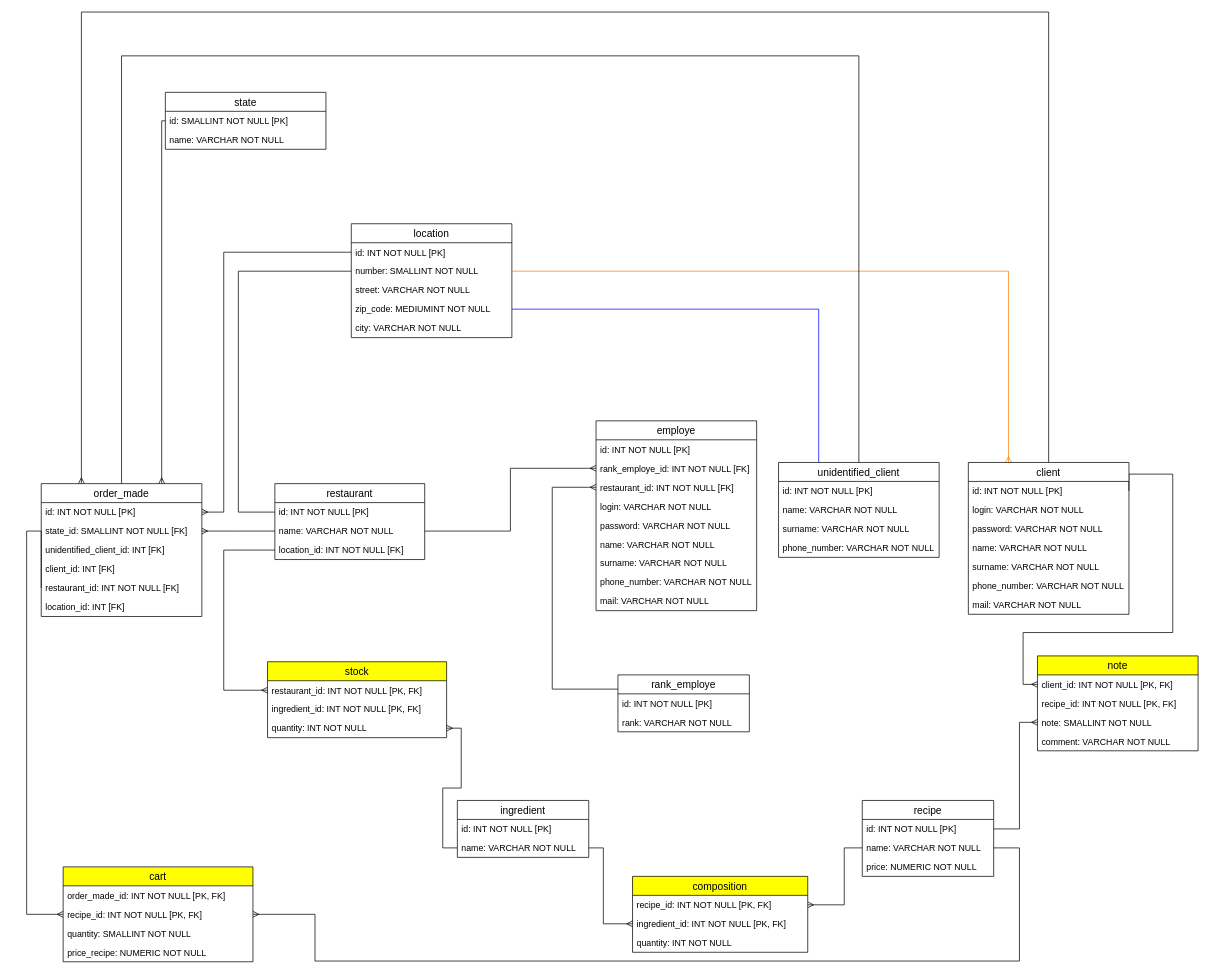
This is ER diagram.drawio from damien-devpy/OC-P6, a draw.io file, before an edit. Source tidied: cells renumbered, new cells numbered last; positions are measured from the earlier drawing's top-left corner, leaving out a move shared by most shapes. Both pictures are drawn from the tidied source at 73%, with x=0, y=0 at pixel (26, 12).
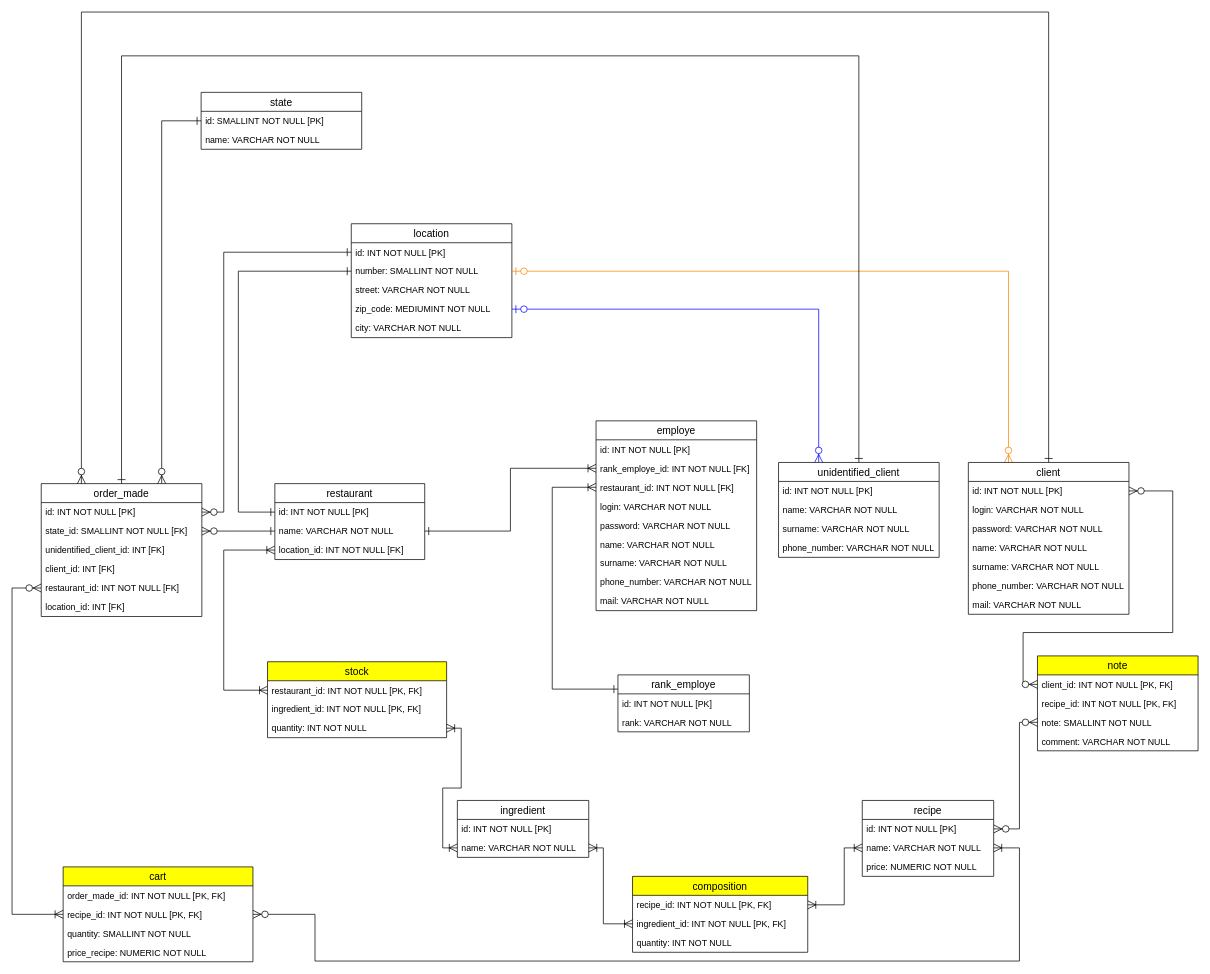
The same diagram, later.

Commit message (it also covers changes not shown here):
Deployement diagram. Multiplicity

Unchanged cells that the change refers to:
```xml
<mxCell id="14" value="client_id: INT NOT NULL [PK, FK]" style="text;strokeColor=none;fillColor=none;spacingLeft=4;spacingRight=4;overflow=hidden;points=[[0,0.5],[1,0.5]];portConstraint=eastwest;fontSize=12;" parent="13" vertex="1">
  <mxGeometry y="26" width="220" height="26" as="geometry" />
</mxCell>
<mxCell id="16" value="note: SMALLINT NOT NULL" style="text;strokeColor=none;fillColor=none;spacingLeft=4;spacingRight=4;overflow=hidden;points=[[0,0.5],[1,0.5]];portConstraint=eastwest;fontSize=12;" parent="13" vertex="1">
  <mxGeometry y="78" width="220" height="26" as="geometry" />
</mxCell>
<mxCell id="19" value="id: INT NOT NULL [PK]" style="text;strokeColor=none;fillColor=none;spacingLeft=4;spacingRight=4;overflow=hidden;points=[[0,0.5],[1,0.5]];portConstraint=eastwest;fontSize=12;" parent="18" vertex="1">
  <mxGeometry y="26" width="220" height="26" as="geometry" />
</mxCell>
<mxCell id="20" value="number: SMALLINT NOT NULL" style="text;strokeColor=none;fillColor=none;spacingLeft=4;spacingRight=4;overflow=hidden;points=[[0,0.5],[1,0.5]];portConstraint=eastwest;fontSize=12;" parent="18" vertex="1">
  <mxGeometry y="52" width="220" height="26" as="geometry" />
</mxCell>
<mxCell id="22" value="zip_code: MEDIUMINT NOT NULL" style="text;strokeColor=none;fillColor=none;spacingLeft=4;spacingRight=4;overflow=hidden;points=[[0,0.5],[1,0.5]];portConstraint=eastwest;fontSize=12;" parent="18" vertex="1">
  <mxGeometry y="104" width="220" height="26" as="geometry" />
</mxCell>
<mxCell id="25" value="order_made" style="swimlane;fontStyle=0;horizontal=1;startSize=26;align=center;fontSize=14;labelBackgroundColor=#ffffff;strokeColor=#000000;" parent="1" vertex="1">
  <mxGeometry x="20" y="646" width="220" height="182" as="geometry" />
</mxCell>
<mxCell id="26" value="id: INT NOT NULL [PK]" style="text;strokeColor=none;fillColor=none;spacingLeft=4;spacingRight=4;overflow=hidden;points=[[0,0.5],[1,0.5]];portConstraint=eastwest;fontSize=12;" parent="25" vertex="1">
  <mxGeometry y="26" width="220" height="26" as="geometry" />
</mxCell>
<mxCell id="30" value="restaurant_id: INT NOT NULL [FK]" style="text;strokeColor=none;fillColor=none;spacingLeft=4;spacingRight=4;overflow=hidden;points=[[0,0.5],[1,0.5]];portConstraint=eastwest;fontSize=12;" parent="25" vertex="1">
  <mxGeometry y="130" width="220" height="26" as="geometry" />
</mxCell>
<mxCell id="33" value="id: INT NOT NULL [PK]" style="text;strokeColor=none;fillColor=none;spacingLeft=4;spacingRight=4;overflow=hidden;points=[[0,0.5],[1,0.5]];portConstraint=eastwest;fontSize=12;" parent="32" vertex="1">
  <mxGeometry y="26" width="205.3" height="26" as="geometry" />
</mxCell>
<mxCell id="34" value="name: VARCHAR NOT NULL" style="text;strokeColor=none;fillColor=none;spacingLeft=4;spacingRight=4;overflow=hidden;points=[[0,0.5],[1,0.5]];portConstraint=eastwest;fontSize=12;" parent="32" vertex="1">
  <mxGeometry y="52" width="205.3" height="26" as="geometry" />
</mxCell>
<mxCell id="35" value="location_id: INT NOT NULL [FK]" style="text;strokeColor=none;fillColor=none;spacingLeft=4;spacingRight=4;overflow=hidden;points=[[0,0.5],[1,0.5]];portConstraint=eastwest;fontSize=12;" parent="32" vertex="1">
  <mxGeometry y="78" width="205.3" height="26" as="geometry" />
</mxCell>
<mxCell id="37" value="restaurant_id: INT NOT NULL [PK, FK]" style="text;strokeColor=none;fillColor=none;spacingLeft=4;spacingRight=4;overflow=hidden;points=[[0,0.5],[1,0.5]];portConstraint=eastwest;fontSize=12;" parent="36" vertex="1">
  <mxGeometry y="26" width="245.3" height="26" as="geometry" />
</mxCell>
<mxCell id="39" value="quantity: INT NOT NULL" style="text;strokeColor=none;fillColor=none;spacingLeft=4;spacingRight=4;overflow=hidden;points=[[0,0.5],[1,0.5]];portConstraint=eastwest;fontSize=12;" parent="36" vertex="1">
  <mxGeometry y="78" width="245.3" height="26" as="geometry" />
</mxCell>
<mxCell id="42" value="recipe_id: INT NOT NULL [PK, FK]" style="text;strokeColor=none;fillColor=none;spacingLeft=4;spacingRight=4;overflow=hidden;points=[[0,0.5],[1,0.5]];portConstraint=eastwest;fontSize=12;" parent="40" vertex="1">
  <mxGeometry y="52" width="260" height="26" as="geometry" />
</mxCell>
<mxCell id="46" value="id: INT NOT NULL [PK]" style="text;strokeColor=none;fillColor=none;spacingLeft=4;spacingRight=4;overflow=hidden;points=[[0,0.5],[1,0.5]];portConstraint=eastwest;fontSize=12;labelBackgroundColor=#ffffff;" parent="45" vertex="1">
  <mxGeometry y="26" width="180" height="26" as="geometry" />
</mxCell>
<mxCell id="47" value="name: VARCHAR NOT NULL" style="text;strokeColor=none;fillColor=none;spacingLeft=4;spacingRight=4;overflow=hidden;points=[[0,0.5],[1,0.5]];portConstraint=eastwest;fontSize=12;labelBackgroundColor=#ffffff;" parent="45" vertex="1">
  <mxGeometry y="52" width="180" height="26" as="geometry" />
</mxCell>
<mxCell id="51" value="name: VARCHAR NOT NULL" style="text;strokeColor=none;fillColor=none;spacingLeft=4;spacingRight=4;overflow=hidden;points=[[0,0.5],[1,0.5]];portConstraint=eastwest;fontSize=12;labelBackgroundColor=#ffffff;" parent="49" vertex="1">
  <mxGeometry y="52" width="180" height="26" as="geometry" />
</mxCell>
<mxCell id="53" value="recipe_id: INT NOT NULL [PK, FK]" style="text;strokeColor=none;fillColor=none;spacingLeft=4;spacingRight=4;overflow=hidden;points=[[0,0.5],[1,0.5]];portConstraint=eastwest;fontSize=12;" parent="52" vertex="1">
  <mxGeometry y="26" width="240" height="26" as="geometry" />
</mxCell>
<mxCell id="54" value="ingredient_id: INT NOT NULL [PK, FK]" style="text;strokeColor=none;fillColor=none;spacingLeft=4;spacingRight=4;overflow=hidden;points=[[0,0.5],[1,0.5]];portConstraint=eastwest;fontSize=12;" parent="52" vertex="1">
  <mxGeometry y="52" width="240" height="26" as="geometry" />
</mxCell>
<mxCell id="61" value="unidentified_client" style="swimlane;fontStyle=0;horizontal=1;startSize=26;align=center;fontSize=14;labelBackgroundColor=#ffffff;strokeColor=#000000;" parent="1" vertex="1">
  <mxGeometry x="1030" y="617" width="220" height="130" as="geometry" />
</mxCell>
<mxCell id="68" value="rank_employe_id: INT NOT NULL [FK]" style="text;strokeColor=none;fillColor=none;spacingLeft=4;spacingRight=4;overflow=hidden;points=[[0,0.5],[1,0.5]];portConstraint=eastwest;fontSize=12;" parent="66" vertex="1">
  <mxGeometry y="52" width="220" height="26" as="geometry" />
</mxCell>
<mxCell id="69" value="restaurant_id: INT NOT NULL [FK]" style="text;strokeColor=none;fillColor=none;spacingLeft=4;spacingRight=4;overflow=hidden;points=[[0,0.5],[1,0.5]];portConstraint=eastwest;fontSize=12;" parent="66" vertex="1">
  <mxGeometry y="78" width="220" height="26" as="geometry" />
</mxCell>
<mxCell id="76" value="client" style="swimlane;fontStyle=0;horizontal=1;startSize=26;align=center;fontSize=14;labelBackgroundColor=#ffffff;strokeColor=#000000;" parent="1" vertex="1">
  <mxGeometry x="1290" y="617" width="220" height="208" as="geometry" />
</mxCell>
<mxCell id="77" value="id: INT NOT NULL [PK]" style="text;strokeColor=none;fillColor=none;spacingLeft=4;spacingRight=4;overflow=hidden;points=[[0,0.5],[1,0.5]];portConstraint=eastwest;fontSize=12;" parent="76" vertex="1">
  <mxGeometry y="26" width="220" height="26" as="geometry" />
</mxCell>
<mxCell id="84" value="rank_employe" style="swimlane;fontStyle=0;horizontal=1;startSize=26;align=center;fontSize=14;labelBackgroundColor=#ffffff;strokeColor=#000000;" parent="1" vertex="1">
  <mxGeometry x="810" y="908" width="180" height="78" as="geometry" />
</mxCell>
```

What changed in the source:
```diff
@@
-    <mxCell id="2" style="edgeStyle=orthogonalEdgeStyle;rounded=0;jettySize=auto;html=1;exitX=0;exitY=0.25;exitDx=0;exitDy=0;entryX=0;entryY=0.5;entryDx=0;entryDy=0;endArrow=ERmany;endFill=0;" parent="1" edge="1" source="84" target="69">
+    <mxCell id="2" style="edgeStyle=orthogonalEdgeStyle;rounded=0;jettySize=auto;html=1;exitX=0;exitY=0.25;exitDx=0;exitDy=0;entryX=0;entryY=0.5;entryDx=0;entryDy=0;endArrow=ERoneToMany;endFill=0;startArrow=ERone;startFill=0;endSize=9;startSize=9;" parent="1" edge="1" source="84" target="69">
       <mxGeometry relative="1" as="geometry">
         <Array as="points">
           <mxPoint x="720" y="928" />
           <mxPoint x="720" y="651" />
         </Array>
       </mxGeometry>
     </mxCell>
-    <mxCell id="3" style="edgeStyle=orthogonalEdgeStyle;rounded=0;jettySize=auto;html=1;exitX=1;exitY=0.5;exitDx=0;exitDy=0;entryX=0;entryY=0.5;entryDx=0;entryDy=0;endArrow=ERmany;endFill=0;" parent="1" edge="1" source="34" target="68">
+    <mxCell id="3" style="edgeStyle=orthogonalEdgeStyle;rounded=0;jettySize=auto;html=1;exitX=1;exitY=0.5;exitDx=0;exitDy=0;entryX=0;entryY=0.5;entryDx=0;entryDy=0;endArrow=ERoneToMany;endFill=0;startArrow=ERone;startFill=0;endSize=9;startSize=9;" parent="1" edge="1" source="34" target="68">
       <mxGeometry relative="1" as="geometry" />
     </mxCell>
-    <mxCell id="4" style="edgeStyle=orthogonalEdgeStyle;rounded=0;jettySize=auto;html=1;exitX=0;exitY=0.5;exitDx=0;exitDy=0;entryX=1;entryY=0.5;entryDx=0;entryDy=0;endArrow=ERmany;endFill=0;" parent="1" edge="1" source="34">
+    <mxCell id="4" style="edgeStyle=orthogonalEdgeStyle;rounded=0;jettySize=auto;html=1;exitX=0;exitY=0.5;exitDx=0;exitDy=0;entryX=1;entryY=0.5;entryDx=0;entryDy=0;endArrow=ERzeroToMany;endFill=1;endSize=9;startSize=9;startArrow=ERone;startFill=0;" parent="1" edge="1" source="34">
       <mxGeometry relative="1" as="geometry">
         <mxPoint x="240" y="711" as="targetPoint" />
       </mxGeometry>
     </mxCell>
-    <mxCell id="5" style="edgeStyle=orthogonalEdgeStyle;rounded=0;jettySize=auto;html=1;exitX=0;exitY=0.5;exitDx=0;exitDy=0;entryX=0;entryY=0.5;entryDx=0;entryDy=0;endArrow=ERmany;endFill=0;" parent="1" edge="1" source="35" target="37">
+    <mxCell id="5" style="edgeStyle=orthogonalEdgeStyle;rounded=0;jettySize=auto;html=1;exitX=0;exitY=0.5;exitDx=0;exitDy=0;entryX=0;entryY=0.5;entryDx=0;entryDy=0;endArrow=ERoneToMany;endFill=0;startArrow=ERoneToMany;startFill=0;endSize=9;startSize=9;" parent="1" edge="1" source="35" target="37">
       <mxGeometry relative="1" as="geometry">
         <Array as="points">
           <mxPoint x="270" y="737" />
           <mxPoint x="270" y="929" />
         </Array>
       </mxGeometry>
     </mxCell>
-    <mxCell id="6" style="edgeStyle=orthogonalEdgeStyle;rounded=0;jettySize=auto;html=1;exitX=1;exitY=0.5;exitDx=0;exitDy=0;entryX=0;entryY=0.5;entryDx=0;entryDy=0;endArrow=none;endFill=0;startArrow=ERmany;startFill=0;" parent="1" edge="1" source="39" target="51">
+    <mxCell id="6" style="edgeStyle=orthogonalEdgeStyle;rounded=0;jettySize=auto;html=1;exitX=1;exitY=0.5;exitDx=0;exitDy=0;entryX=0;entryY=0.5;entryDx=0;entryDy=0;endArrow=ERoneToMany;endFill=0;startArrow=ERoneToMany;startFill=0;endSize=9;startSize=9;" parent="1" edge="1" source="39" target="51">
       <mxGeometry relative="1" as="geometry" />
     </mxCell>
-    <mxCell id="7" style="edgeStyle=orthogonalEdgeStyle;rounded=0;jettySize=auto;html=1;exitX=1;exitY=0.5;exitDx=0;exitDy=0;entryX=0;entryY=0.5;entryDx=0;entryDy=0;startArrow=none;startFill=0;endArrow=ERmany;endFill=0;" parent="1" edge="1" source="51" target="54">
+    <mxCell id="7" style="edgeStyle=orthogonalEdgeStyle;rounded=0;jettySize=auto;html=1;exitX=1;exitY=0.5;exitDx=0;exitDy=0;entryX=0;entryY=0.5;entryDx=0;entryDy=0;startArrow=ERoneToMany;startFill=0;endArrow=ERoneToMany;endFill=0;endSize=9;startSize=9;" parent="1" edge="1" source="51" target="54">
       <mxGeometry relative="1" as="geometry">
         <Array as="points">
           <mxPoint x="790" y="1145" />
           <mxPoint x="790" y="1249" />
         </Array>
       </mxGeometry>
     </mxCell>
-    <mxCell id="8" style="edgeStyle=orthogonalEdgeStyle;rounded=0;jettySize=auto;html=1;exitX=1;exitY=0.5;exitDx=0;exitDy=0;entryX=0;entryY=0.5;entryDx=0;entryDy=0;startArrow=ERmany;startFill=0;endArrow=none;endFill=0;" parent="1" edge="1" source="53" target="47">
+    <mxCell id="8" style="edgeStyle=orthogonalEdgeStyle;rounded=0;jettySize=auto;html=1;exitX=1;exitY=0.5;exitDx=0;exitDy=0;entryX=0;entryY=0.5;entryDx=0;entryDy=0;startArrow=ERoneToMany;startFill=0;endArrow=ERoneToMany;endFill=0;endSize=9;startSize=9;" parent="1" edge="1" source="53" target="47">
       <mxGeometry relative="1" as="geometry">
         <Array as="points">
           <mxPoint x="1120" y="1223" />
           <mxPoint x="1120" y="1145" />
         </Array>
       </mxGeometry>
     </mxCell>
-    <mxCell id="9" style="edgeStyle=orthogonalEdgeStyle;rounded=0;jettySize=auto;html=1;exitX=0;exitY=0.5;exitDx=0;exitDy=0;entryX=1;entryY=0.5;entryDx=0;entryDy=0;startArrow=ERmany;startFill=0;endArrow=none;endFill=0;" parent="1" edge="1" source="14" target="77">
+    <mxCell id="9" style="edgeStyle=orthogonalEdgeStyle;rounded=0;jettySize=auto;html=1;exitX=0;exitY=0.5;exitDx=0;exitDy=0;entryX=1;entryY=0.5;entryDx=0;entryDy=0;startArrow=ERzeroToMany;startFill=1;endArrow=ERzeroToMany;endFill=1;endSize=9;startSize=9;" parent="1" edge="1" source="14" target="77">
       <mxGeometry relative="1" as="geometry">
         <Array as="points">
           <mxPoint x="1365" y="921" />
           <mxPoint x="1365" y="850" />
           <mxPoint x="1570" y="850" />
-          <mxPoint x="1570" y="633" />
-          <mxPoint x="1510" y="633" />
+          <mxPoint x="1570" y="656" />
         </Array>
       </mxGeometry>
     </mxCell>
-    <mxCell id="10" style="edgeStyle=orthogonalEdgeStyle;rounded=0;jettySize=auto;html=1;exitX=0;exitY=0.5;exitDx=0;exitDy=0;entryX=1;entryY=0.5;entryDx=0;entryDy=0;startArrow=ERmany;startFill=0;endArrow=none;endFill=0;" parent="1" edge="1" source="16" target="46">
+    <mxCell id="10" style="edgeStyle=orthogonalEdgeStyle;rounded=0;jettySize=auto;html=1;exitX=0;exitY=0.5;exitDx=0;exitDy=0;entryX=1;entryY=0.5;entryDx=0;entryDy=0;startArrow=ERzeroToMany;startFill=1;endArrow=ERzeroToMany;endFill=1;endSize=9;startSize=9;" parent="1" edge="1" source="16" target="46">
       <mxGeometry relative="1" as="geometry">
         <Array as="points">
           <mxPoint x="1360" y="973" />
           <mxPoint x="1360" y="1119" />
         </Array>
       </mxGeometry>
     </mxCell>
-    <mxCell id="11" style="edgeStyle=orthogonalEdgeStyle;rounded=0;jettySize=auto;html=1;entryX=0;entryY=0.5;entryDx=0;entryDy=0;startArrow=ERmany;startFill=0;endArrow=none;endFill=0;exitX=0;exitY=0.5;exitDx=0;exitDy=0;" parent="1" edge="1" source="42" target="30">
+    <mxCell id="11" style="edgeStyle=orthogonalEdgeStyle;rounded=0;jettySize=auto;html=1;entryX=0;entryY=0.5;entryDx=0;entryDy=0;startArrow=ERoneToMany;startFill=0;endArrow=ERzeroToMany;endFill=1;exitX=0;exitY=0.5;exitDx=0;exitDy=0;endSize=9;startSize=9;" parent="1" edge="1" source="42" target="30">
       <mxGeometry relative="1" as="geometry">
         <Array as="points">
-          <mxPoint y="1236" />
-          <mxPoint y="711" />
+          <mxPoint x="-20" y="1236" />
+          <mxPoint x="-20" y="789" />
         </Array>
       </mxGeometry>
     </mxCell>
-    <mxCell id="12" style="edgeStyle=orthogonalEdgeStyle;rounded=0;jettySize=auto;html=1;exitX=1;exitY=0.5;exitDx=0;exitDy=0;startArrow=ERmany;startFill=0;endArrow=none;endFill=0;entryX=1;entryY=0.5;entryDx=0;entryDy=0;" parent="1" edge="1" source="42" target="47">
+    <mxCell id="12" style="edgeStyle=orthogonalEdgeStyle;rounded=0;jettySize=auto;html=1;exitX=1;exitY=0.5;exitDx=0;exitDy=0;startArrow=ERzeroToMany;startFill=1;endArrow=ERoneToMany;endFill=0;entryX=1;entryY=0.5;entryDx=0;entryDy=0;strokeWidth=1;endSize=9;startSize=9;" parent="1" edge="1" source="42" target="47">
       <mxGeometry relative="1" as="geometry">
         <Array as="points">
           <mxPoint x="395" y="1236" />
           <mxPoint x="395" y="1300" />
           <mxPoint x="1360" y="1300" />
           <mxPoint x="1360" y="1145" />
         </Array>
       </mxGeometry>
     </mxCell>
@@
-    <mxCell id="24" style="edgeStyle=orthogonalEdgeStyle;rounded=0;jettySize=auto;html=1;entryX=0;entryY=0.5;entryDx=0;entryDy=0;startArrow=none;startFill=0;endArrow=none;endFill=0;exitX=0;exitY=0.5;exitDx=0;exitDy=0;" parent="1" edge="1" source="20" target="33">
+    <mxCell id="24" style="edgeStyle=orthogonalEdgeStyle;rounded=0;jettySize=auto;html=1;entryX=0;entryY=0.5;entryDx=0;entryDy=0;startArrow=ERone;startFill=0;endArrow=ERone;endFill=0;exitX=0;exitY=0.5;exitDx=0;exitDy=0;endSize=9;startSize=9;" parent="1" edge="1" source="20" target="33">
       <mxGeometry relative="1" as="geometry">
         <Array as="points">
           <mxPoint x="290" y="355" />
           <mxPoint x="290" y="685" />
         </Array>
       </mxGeometry>
     </mxCell>
@@
-    <mxCell id="56" style="edgeStyle=orthogonalEdgeStyle;rounded=0;jettySize=auto;html=1;exitX=0;exitY=0.5;exitDx=0;exitDy=0;entryX=1;entryY=0.5;entryDx=0;entryDy=0;endArrow=ERmany;endFill=0;" parent="1" edge="1" source="19" target="26">
+    <mxCell id="56" style="edgeStyle=orthogonalEdgeStyle;rounded=0;jettySize=auto;html=1;exitX=0;exitY=0.5;exitDx=0;exitDy=0;entryX=1;entryY=0.5;entryDx=0;entryDy=0;endArrow=ERzeroToMany;endFill=1;endSize=9;startSize=9;startArrow=ERone;startFill=0;" parent="1" edge="1" source="19" target="26">
       <mxGeometry relative="1" as="geometry">
         <Array as="points">
           <mxPoint x="270" y="329" />
           <mxPoint x="270" y="685" />
         </Array>
       </mxGeometry>
     </mxCell>
-    <mxCell id="57" style="edgeStyle=orthogonalEdgeStyle;rounded=0;jettySize=auto;html=1;exitX=0.25;exitY=0;exitDx=0;exitDy=0;entryX=1;entryY=0.5;entryDx=0;entryDy=0;endArrow=none;endFill=0;strokeColor=#FF8000;startArrow=ERmany;startFill=0;" parent="1" edge="1" source="76" target="20">
+    <mxCell id="57" style="edgeStyle=orthogonalEdgeStyle;rounded=0;jettySize=auto;html=1;exitX=0.25;exitY=0;exitDx=0;exitDy=0;entryX=1;entryY=0.5;entryDx=0;entryDy=0;endArrow=ERzeroToOne;endFill=1;strokeColor=#FF8000;startArrow=ERzeroToMany;startFill=1;endSize=9;startSize=9;" parent="1" edge="1" source="76" target="20">
       <mxGeometry relative="1" as="geometry" />
     </mxCell>
-    <mxCell id="58" style="edgeStyle=orthogonalEdgeStyle;rounded=0;jettySize=auto;html=1;exitX=0.5;exitY=0;exitDx=0;exitDy=0;startArrow=none;startFill=0;endArrow=ERmany;endFill=0;strokeColor=#000000;entryX=0.25;entryY=0;entryDx=0;entryDy=0;" parent="1" edge="1" source="76" target="25">
+    <mxCell id="58" style="edgeStyle=orthogonalEdgeStyle;rounded=0;jettySize=auto;html=1;exitX=0.5;exitY=0;exitDx=0;exitDy=0;startArrow=ERone;startFill=0;endArrow=ERzeroToMany;endFill=1;strokeColor=#000000;entryX=0.25;entryY=0;entryDx=0;entryDy=0;endSize=9;startSize=9;" parent="1" edge="1" source="76" target="25">
       <mxGeometry relative="1" as="geometry">
         <Array as="points">
           <mxPoint x="1400" />
           <mxPoint x="75" />
         </Array>
       </mxGeometry>
     </mxCell>
-    <mxCell id="59" style="edgeStyle=orthogonalEdgeStyle;rounded=0;jettySize=auto;html=1;exitX=0.25;exitY=0;exitDx=0;exitDy=0;entryX=1;entryY=0.5;entryDx=0;entryDy=0;endArrow=none;endFill=0;strokeColor=#0000FF;" parent="1" edge="1" source="61" target="22">
+    <mxCell id="59" style="edgeStyle=orthogonalEdgeStyle;rounded=0;jettySize=auto;html=1;exitX=0.25;exitY=0;exitDx=0;exitDy=0;entryX=1;entryY=0.5;entryDx=0;entryDy=0;endArrow=ERzeroToOne;endFill=1;strokeColor=#0000FF;startArrow=ERzeroToMany;startFill=1;endSize=9;startSize=9;" parent="1" edge="1" source="61" target="22">
       <mxGeometry relative="1" as="geometry" />
     </mxCell>
-    <mxCell id="60" style="edgeStyle=orthogonalEdgeStyle;rounded=0;jettySize=auto;html=1;exitX=0.5;exitY=0;exitDx=0;exitDy=0;startArrow=none;startFill=0;endArrow=none;endFill=0;strokeColor=#000000;entryX=0.5;entryY=0;entryDx=0;entryDy=0;" parent="1" edge="1" source="61" target="25">
+    <mxCell id="60" style="edgeStyle=orthogonalEdgeStyle;rounded=0;jettySize=auto;html=1;exitX=0.5;exitY=0;exitDx=0;exitDy=0;startArrow=ERone;startFill=0;endArrow=ERone;endFill=0;strokeColor=#000000;entryX=0.5;entryY=0;entryDx=0;entryDy=0;endSize=9;startSize=9;" parent="1" edge="1" source="61" target="25">
       <mxGeometry relative="1" as="geometry">
         <Array as="points">
           <mxPoint x="1140" y="60" />
           <mxPoint x="130" y="60" />
         </Array>
       </mxGeometry>
     </mxCell>
@@
-    <mxCell id="87" style="edgeStyle=orthogonalEdgeStyle;rounded=0;jettySize=auto;html=1;exitX=0;exitY=0.5;exitDx=0;exitDy=0;endArrow=ERmany;endFill=0;entryX=0.75;entryY=0;entryDx=0;entryDy=0;" parent="1" edge="1" source="88" target="25">
+    <mxCell id="87" style="edgeStyle=orthogonalEdgeStyle;rounded=0;jettySize=auto;html=1;exitX=0;exitY=0.5;exitDx=0;exitDy=0;endArrow=ERzeroToMany;endFill=1;entryX=0.75;entryY=0;entryDx=0;entryDy=0;endSize=9;startSize=9;startArrow=ERone;startFill=0;" parent="1" edge="1" source="88" target="25">
       <mxGeometry relative="1" as="geometry">
         <Array as="points">
           <mxPoint x="185" y="149" />
         </Array>
       </mxGeometry>
     </mxCell>
     <mxCell id="88" value="state" style="swimlane;fontStyle=0;horizontal=1;startSize=26;align=center;fontSize=14;labelBackgroundColor=none;strokeColor=#000000;fillColor=#FFFFFF;" parent="1" vertex="1">
-      <mxGeometry x="190" y="110" width="220" height="78" as="geometry" />
+      <mxGeometry x="239" y="110" width="220" height="78" as="geometry" />
     </mxCell>
```
